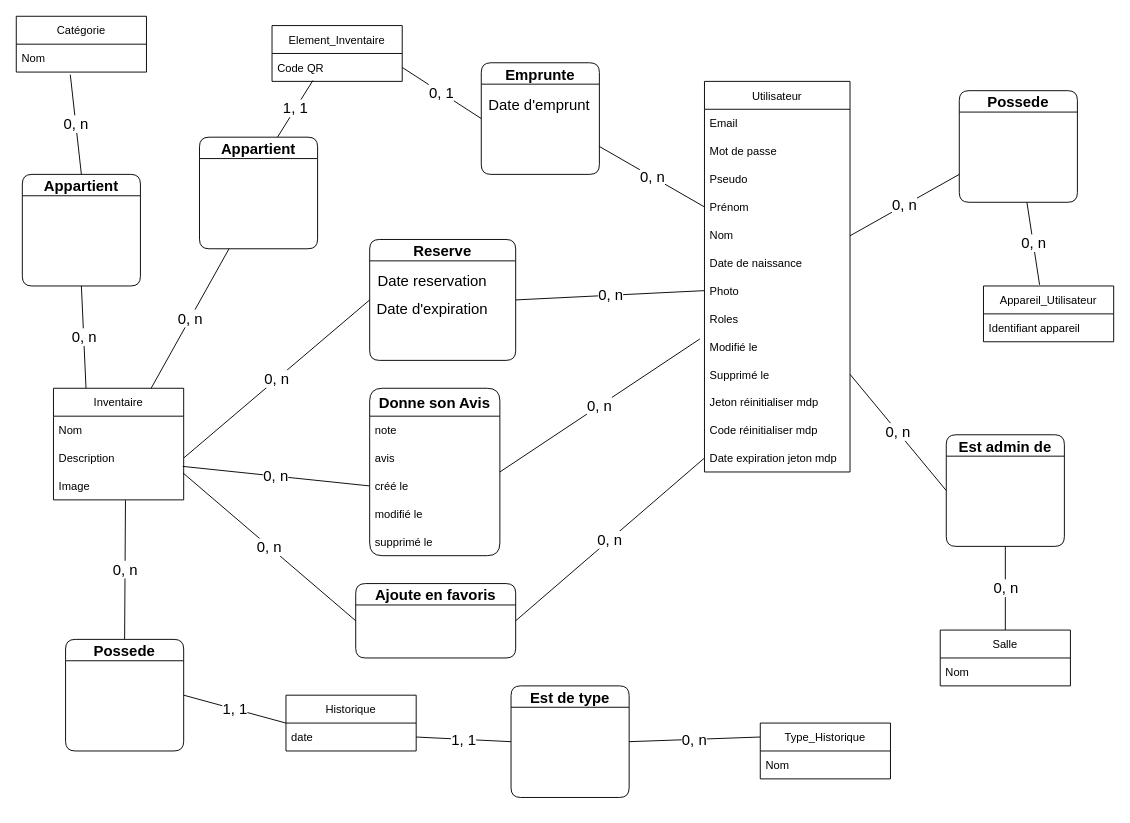
The draw.io diagram MCD_Deepkit.drawio in alexandre-scalisi/DeepkitMCD, before the edit. Source tidied: cells renumbered, new cells numbered last; positions are measured from the earlier drawing's top-left corner, leaving out a move shared by most shapes. Both pictures are drawn from the tidied source at 93%, with x=0, y=0 at pixel (16, 16).
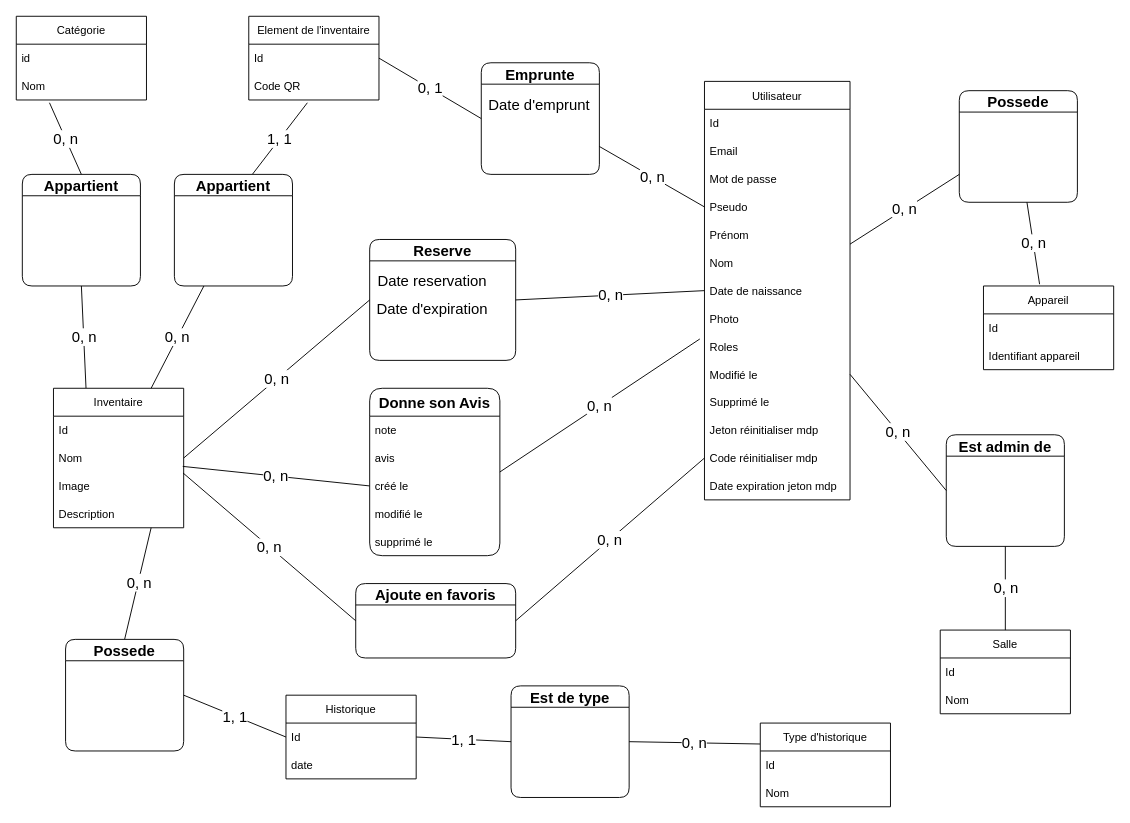
The same page after the edit.

The change refers to these unchanged cells:
```xml
<mxCell id="8" value="Image" style="text;strokeColor=none;fillColor=none;align=left;verticalAlign=middle;spacingLeft=4;spacingRight=4;overflow=hidden;points=[[0,0.5],[1,0.5]];portConstraint=eastwest;" parent="5" vertex="1">
  <mxGeometry y="90" width="140" height="30" as="geometry" />
</mxCell>
<mxCell id="48" value="Appartient" style="swimlane;rounded=1;fontSize=16;startSize=23;" parent="1" vertex="1">
  <mxGeometry x="6.5" y="170" width="127" height="120" as="geometry" />
</mxCell>
<mxCell id="49" value="Possede" style="swimlane;rounded=1;fontSize=16;startSize=23;" parent="1" vertex="1">
  <mxGeometry x="53" y="670" width="127" height="120" as="geometry" />
</mxCell>
```

Diff of the diagram source:
```diff
@@
     <mxCell id="2" value="Catégorie" style="swimlane;fontStyle=0;horizontal=1;startSize=30;" parent="1" vertex="1">
-      <mxGeometry width="140" height="60" as="geometry" />
+      <mxGeometry width="140" height="90" as="geometry" />
     </mxCell>
-    <mxCell id="3" value="Nom" style="text;strokeColor=none;fillColor=none;align=left;verticalAlign=middle;spacingLeft=4;spacingRight=4;overflow=hidden;points=[[0,0.5],[1,0.5]];portConstraint=eastwest;" parent="2" vertex="1">
+    <mxCell id="3" value="id " style="text;strokeColor=none;fillColor=none;align=left;verticalAlign=middle;spacingLeft=4;spacingRight=4;overflow=hidden;points=[[0,0.5],[1,0.5]];portConstraint=eastwest;" parent="2" vertex="1">
       <mxGeometry y="30" width="140" height="30" as="geometry" />
     </mxCell>
+    <mxCell id="71" value="Nom" style="text;strokeColor=none;fillColor=none;align=left;verticalAlign=middle;spacingLeft=4;spacingRight=4;overflow=hidden;points=[[0,0.5],[1,0.5]];portConstraint=eastwest;" parent="2" vertex="1">
+      <mxGeometry y="60" width="140" height="30" as="geometry" />
+    </mxCell>
@@
     <mxCell id="5" value="Inventaire" style="swimlane;fontStyle=0;horizontal=1;startSize=30;" parent="1" vertex="1">
-      <mxGeometry x="40" y="400" width="140" height="120" as="geometry" />
+      <mxGeometry x="40" y="400" width="140" height="150" as="geometry" />
     </mxCell>
-    <mxCell id="6" value="Nom    " style="text;strokeColor=none;fillColor=none;align=left;verticalAlign=middle;spacingLeft=4;spacingRight=4;overflow=hidden;" parent="5" vertex="1">
+    <mxCell id="6" value="Id" style="text;strokeColor=none;fillColor=none;align=left;verticalAlign=middle;spacingLeft=4;spacingRight=4;overflow=hidden;" parent="5" vertex="1">
       <mxGeometry y="30" width="140" height="30" as="geometry" />
     </mxCell>
-    <mxCell id="7" value="Description" style="text;strokeColor=none;fillColor=none;align=left;verticalAlign=middle;spacingLeft=4;spacingRight=4;overflow=hidden;points=[[0,0.5],[1,0.5]];portConstraint=eastwest;" parent="5" vertex="1">
+    <mxCell id="7" value="Nom" style="text;strokeColor=none;fillColor=none;align=left;verticalAlign=middle;spacingLeft=4;spacingRight=4;overflow=hidden;points=[[0,0.5],[1,0.5]];portConstraint=eastwest;" parent="5" vertex="1">
       <mxGeometry y="60" width="140" height="30" as="geometry" />
     </mxCell>
@@
+    <mxCell id="72" value="Description" style="text;strokeColor=none;fillColor=none;align=left;verticalAlign=middle;spacingLeft=4;spacingRight=4;overflow=hidden;" parent="5" vertex="1">
+      <mxGeometry y="120" width="140" height="30" as="geometry" />
+    </mxCell>
@@
     <mxCell id="10" value="Utilisateur" style="swimlane;fontStyle=0;horizontal=1;startSize=30;" parent="1" vertex="1">
-      <mxGeometry x="740" y="70" width="156.5" height="420" as="geometry" />
+      <mxGeometry x="740" y="70" width="156.5" height="450" as="geometry" />
     </mxCell>
-    <mxCell id="11" value="Email    " style="text;strokeColor=none;fillColor=none;align=left;verticalAlign=middle;spacingLeft=4;spacingRight=4;overflow=hidden;" parent="10" vertex="1">
+    <mxCell id="11" value="Id" style="text;strokeColor=none;fillColor=none;align=left;verticalAlign=middle;spacingLeft=4;spacingRight=4;overflow=hidden;" parent="10" vertex="1">
       <mxGeometry y="30" width="156.5" height="30" as="geometry" />
     </mxCell>
-    <mxCell id="12" value="Mot de passe" style="text;strokeColor=none;fillColor=none;align=left;verticalAlign=middle;spacingLeft=4;spacingRight=4;overflow=hidden;" parent="10" vertex="1">
+    <mxCell id="12" value="Email" style="text;strokeColor=none;fillColor=none;align=left;verticalAlign=middle;spacingLeft=4;spacingRight=4;overflow=hidden;" parent="10" vertex="1">
       <mxGeometry y="60" width="156.5" height="30" as="geometry" />
     </mxCell>
-    <mxCell id="13" value="Pseudo    " style="text;strokeColor=none;fillColor=none;align=left;verticalAlign=middle;spacingLeft=4;spacingRight=4;overflow=hidden;" parent="10" vertex="1">
+    <mxCell id="13" value="Mot de passe" style="text;strokeColor=none;fillColor=none;align=left;verticalAlign=middle;spacingLeft=4;spacingRight=4;overflow=hidden;" parent="10" vertex="1">
       <mxGeometry y="90" width="156.5" height="30" as="geometry" />
     </mxCell>
-    <mxCell id="14" value="Prénom        " style="text;strokeColor=none;fillColor=none;align=left;verticalAlign=middle;spacingLeft=4;spacingRight=4;overflow=hidden;points=[[0,0.5],[1,0.5]];portConstraint=eastwest;" parent="10" vertex="1">
+    <mxCell id="14" value="Pseudo" style="text;strokeColor=none;fillColor=none;align=left;verticalAlign=middle;spacingLeft=4;spacingRight=4;overflow=hidden;points=[[0,0.5],[1,0.5]];portConstraint=eastwest;" parent="10" vertex="1">
       <mxGeometry y="120" width="156.5" height="30" as="geometry" />
     </mxCell>
-    <mxCell id="15" value="Nom" style="text;strokeColor=none;fillColor=none;align=left;verticalAlign=middle;spacingLeft=4;spacingRight=4;overflow=hidden;" parent="10" vertex="1">
+    <mxCell id="15" value="Prénom" style="text;strokeColor=none;fillColor=none;align=left;verticalAlign=middle;spacingLeft=4;spacingRight=4;overflow=hidden;" parent="10" vertex="1">
       <mxGeometry y="150" width="156.5" height="30" as="geometry" />
     </mxCell>
-    <mxCell id="16" value="Date de naissance" style="text;strokeColor=none;fillColor=none;align=left;verticalAlign=middle;spacingLeft=4;spacingRight=4;overflow=hidden;" parent="10" vertex="1">
+    <mxCell id="16" value="Nom" style="text;strokeColor=none;fillColor=none;align=left;verticalAlign=middle;spacingLeft=4;spacingRight=4;overflow=hidden;" parent="10" vertex="1">
       <mxGeometry y="180" width="156.5" height="30" as="geometry" />
     </mxCell>
-    <mxCell id="17" value="Photo" style="text;strokeColor=none;fillColor=none;align=left;verticalAlign=middle;spacingLeft=4;spacingRight=4;overflow=hidden;points=[[0,0.5],[1,0.5]];portConstraint=eastwest;" parent="10" vertex="1">
+    <mxCell id="17" value="Date de naissance" style="text;strokeColor=none;fillColor=none;align=left;verticalAlign=middle;spacingLeft=4;spacingRight=4;overflow=hidden;points=[[0,0.5],[1,0.5]];portConstraint=eastwest;" parent="10" vertex="1">
       <mxGeometry y="210" width="156.5" height="30" as="geometry" />
     </mxCell>
-    <mxCell id="18" value="Roles" style="text;strokeColor=none;fillColor=none;align=left;verticalAlign=middle;spacingLeft=4;spacingRight=4;overflow=hidden;" parent="10" vertex="1">
+    <mxCell id="18" value="Photo" style="text;strokeColor=none;fillColor=none;align=left;verticalAlign=middle;spacingLeft=4;spacingRight=4;overflow=hidden;" parent="10" vertex="1">
       <mxGeometry y="240" width="156.5" height="30" as="geometry" />
     </mxCell>
-    <mxCell id="19" value="Modifié le" style="text;strokeColor=none;fillColor=none;align=left;verticalAlign=middle;spacingLeft=4;spacingRight=4;overflow=hidden;points=[[0,0.5],[1,0.5]];portConstraint=eastwest;" parent="10" vertex="1">
+    <mxCell id="19" value="Roles" style="text;strokeColor=none;fillColor=none;align=left;verticalAlign=middle;spacingLeft=4;spacingRight=4;overflow=hidden;points=[[0,0.5],[1,0.5]];portConstraint=eastwest;" parent="10" vertex="1">
       <mxGeometry y="270" width="156.5" height="30" as="geometry" />
     </mxCell>
-    <mxCell id="20" value="Supprimé le" style="text;strokeColor=none;fillColor=none;align=left;verticalAlign=middle;spacingLeft=4;spacingRight=4;overflow=hidden;points=[[0,0.5],[1,0.5]];portConstraint=eastwest;" parent="10" vertex="1">
+    <mxCell id="20" value="Modifié le" style="text;strokeColor=none;fillColor=none;align=left;verticalAlign=middle;spacingLeft=4;spacingRight=4;overflow=hidden;points=[[0,0.5],[1,0.5]];portConstraint=eastwest;" parent="10" vertex="1">
       <mxGeometry y="300" width="156.5" height="30" as="geometry" />
     </mxCell>
-    <mxCell id="21" value="Jeton réinitialiser mdp" style="text;strokeColor=none;fillColor=none;align=left;verticalAlign=middle;spacingLeft=4;spacingRight=4;overflow=hidden;" parent="10" vertex="1">
+    <mxCell id="21" value="Supprimé le" style="text;strokeColor=none;fillColor=none;align=left;verticalAlign=middle;spacingLeft=4;spacingRight=4;overflow=hidden;" parent="10" vertex="1">
       <mxGeometry y="330" width="156.5" height="30" as="geometry" />
     </mxCell>
-    <mxCell id="22" value="Code réinitialiser mdp" style="text;strokeColor=none;fillColor=none;align=left;verticalAlign=middle;spacingLeft=4;spacingRight=4;overflow=hidden;" parent="10" vertex="1">
+    <mxCell id="22" value="Jeton réinitialiser mdp" style="text;strokeColor=none;fillColor=none;align=left;verticalAlign=middle;spacingLeft=4;spacingRight=4;overflow=hidden;" parent="10" vertex="1">
       <mxGeometry y="360" width="156.5" height="30" as="geometry" />
     </mxCell>
-    <mxCell id="23" value="Date expiration jeton mdp" style="text;strokeColor=none;fillColor=none;align=left;verticalAlign=middle;spacingLeft=4;spacingRight=4;overflow=hidden;points=[[0,0.5],[1,0.5]];portConstraint=eastwest;" parent="10" vertex="1">
+    <mxCell id="23" value="Code réinitialiser mdp" style="text;strokeColor=none;fillColor=none;align=left;verticalAlign=middle;spacingLeft=4;spacingRight=4;overflow=hidden;points=[[0,0.5],[1,0.5]];portConstraint=eastwest;" parent="10" vertex="1">
       <mxGeometry y="390" width="156.5" height="30" as="geometry" />
     </mxCell>
+    <mxCell id="73" value="Date expiration jeton mdp" style="text;strokeColor=none;fillColor=none;align=left;verticalAlign=middle;spacingLeft=4;spacingRight=4;overflow=hidden;" parent="10" vertex="1">
+      <mxGeometry y="420" width="156.5" height="30" as="geometry" />
+    </mxCell>
@@
-    <mxCell id="25" value="Type_Historique" style="swimlane;fontStyle=0;horizontal=1;startSize=30;" parent="1" vertex="1">
-      <mxGeometry x="800" y="760" width="140" height="60" as="geometry" />
+    <mxCell id="25" value="Type d'historique" style="swimlane;fontStyle=0;horizontal=1;startSize=30;" parent="1" vertex="1">
+      <mxGeometry x="800" y="760" width="140" height="90" as="geometry" />
     </mxCell>
-    <mxCell id="26" value="Nom" style="text;strokeColor=none;fillColor=none;align=left;verticalAlign=middle;spacingLeft=4;spacingRight=4;overflow=hidden;" parent="25" vertex="1">
+    <mxCell id="26" value="Id" style="text;strokeColor=none;fillColor=none;align=left;verticalAlign=middle;spacingLeft=4;spacingRight=4;overflow=hidden;" parent="25" vertex="1">
       <mxGeometry y="30" width="140" height="30" as="geometry" />
     </mxCell>
+    <mxCell id="74" value="Nom" style="text;strokeColor=none;fillColor=none;align=left;verticalAlign=middle;spacingLeft=4;spacingRight=4;overflow=hidden;" parent="25" vertex="1">
+      <mxGeometry y="60" width="140" height="30" as="geometry" />
+    </mxCell>
@@
     <mxCell id="28" value="Historique" style="swimlane;fontStyle=0;horizontal=1;startSize=30;" parent="1" vertex="1">
-      <mxGeometry x="290" y="730" width="140" height="60" as="geometry" />
+      <mxGeometry x="290" y="730" width="140" height="90" as="geometry" />
     </mxCell>
-    <mxCell id="29" value="date    " style="text;strokeColor=none;fillColor=none;align=left;verticalAlign=middle;spacingLeft=4;spacingRight=4;overflow=hidden;points=[[0,0.5],[1,0.5]];portConstraint=eastwest;" parent="28" vertex="1">
+    <mxCell id="29" value="Id" style="text;strokeColor=none;fillColor=none;align=left;verticalAlign=middle;spacingLeft=4;spacingRight=4;overflow=hidden;points=[[0,0.5],[1,0.5]];portConstraint=eastwest;" parent="28" vertex="1">
       <mxGeometry y="30" width="140" height="30" as="geometry" />
     </mxCell>
+    <mxCell id="75" value="date    " style="text;strokeColor=none;fillColor=none;align=left;verticalAlign=middle;spacingLeft=4;spacingRight=4;overflow=hidden;" parent="28" vertex="1">
+      <mxGeometry y="60" width="140" height="30" as="geometry" />
+    </mxCell>
-    <mxCell id="30" value="Element_Inventaire" style="swimlane;fontStyle=0;horizontal=1;startSize=30;" parent="1" vertex="1">
-      <mxGeometry x="275" y="10" width="140" height="60" as="geometry" />
+    <mxCell id="30" value="Element de l'inventaire" style="swimlane;fontStyle=0;horizontal=1;startSize=30;" parent="1" vertex="1">
+      <mxGeometry x="250" width="140" height="90" as="geometry" />
     </mxCell>
-    <mxCell id="31" value="Code QR" style="text;strokeColor=none;fillColor=none;align=left;verticalAlign=middle;spacingLeft=4;spacingRight=4;overflow=hidden;points=[[0,0.5],[1,0.5]];portConstraint=eastwest;" parent="30" vertex="1">
+    <mxCell id="31" value="Id" style="text;strokeColor=none;fillColor=none;align=left;verticalAlign=middle;spacingLeft=4;spacingRight=4;overflow=hidden;points=[[0,0.5],[1,0.5]];portConstraint=eastwest;" parent="30" vertex="1">
       <mxGeometry y="30" width="140" height="30" as="geometry" />
     </mxCell>
+    <mxCell id="76" value="Code QR" style="text;strokeColor=none;fillColor=none;align=left;verticalAlign=middle;spacingLeft=4;spacingRight=4;overflow=hidden;points=[[0,0.5],[1,0.5]];portConstraint=eastwest;" parent="30" vertex="1">
+      <mxGeometry y="60" width="140" height="30" as="geometry" />
+    </mxCell>
     <mxCell id="32" value="Salle" style="swimlane;fontStyle=0;horizontal=1;startSize=30;" parent="1" vertex="1">
-      <mxGeometry x="993.5" y="660" width="140" height="60" as="geometry" />
+      <mxGeometry x="993.5" y="660" width="140" height="90" as="geometry" />
     </mxCell>
-    <mxCell id="33" value="Nom" style="text;strokeColor=none;fillColor=none;align=left;verticalAlign=middle;spacingLeft=4;spacingRight=4;overflow=hidden;" parent="32" vertex="1">
+    <mxCell id="33" value="Id" style="text;strokeColor=none;fillColor=none;align=left;verticalAlign=middle;spacingLeft=4;spacingRight=4;overflow=hidden;" parent="32" vertex="1">
       <mxGeometry y="30" width="140" height="30" as="geometry" />
     </mxCell>
+    <mxCell id="77" value="Nom" style="text;strokeColor=none;fillColor=none;align=left;verticalAlign=middle;spacingLeft=4;spacingRight=4;overflow=hidden;" parent="32" vertex="1">
+      <mxGeometry y="60" width="140" height="30" as="geometry" />
+    </mxCell>
-    <mxCell id="34" value="Appareil_Utilisateur" style="swimlane;fontStyle=0;horizontal=1;startSize=30;" parent="1" vertex="1">
-      <mxGeometry x="1040" y="290" width="140" height="60" as="geometry" />
+    <mxCell id="34" value="Appareil" style="swimlane;fontStyle=0;horizontal=1;startSize=30;" parent="1" vertex="1">
+      <mxGeometry x="1040" y="290" width="140" height="90" as="geometry" />
     </mxCell>
-    <mxCell id="35" value="Identifiant appareil" style="text;strokeColor=none;fillColor=none;align=left;verticalAlign=middle;spacingLeft=4;spacingRight=4;overflow=hidden;" parent="34" vertex="1">
+    <mxCell id="35" value="Id" style="text;strokeColor=none;fillColor=none;align=left;verticalAlign=middle;spacingLeft=4;spacingRight=4;overflow=hidden;" parent="34" vertex="1">
       <mxGeometry y="30" width="140" height="30" as="geometry" />
     </mxCell>
+    <mxCell id="78" value="Identifiant appareil" style="text;strokeColor=none;fillColor=none;align=left;verticalAlign=middle;spacingLeft=4;spacingRight=4;overflow=hidden;" parent="34" vertex="1">
+      <mxGeometry y="60" width="140" height="30" as="geometry" />
+    </mxCell>
@@
-    <mxCell id="38" value="1, 1" style="edgeStyle=none;rounded=0;jettySize=auto;html=1;entryX=0.314;entryY=0.967;entryDx=0;entryDy=0;entryPerimeter=0;fontSize=16;endArrow=none;endFill=0;exitX=0.661;exitY=-0.001;exitDx=0;exitDy=0;exitPerimeter=0;" parent="1" edge="1" source="56" target="31">
+    <mxCell id="38" value="1, 1" style="edgeStyle=none;rounded=0;jettySize=auto;html=1;entryX=0.45;entryY=1.1;entryDx=0;entryDy=0;entryPerimeter=0;fontSize=16;endArrow=none;endFill=0;exitX=0.661;exitY=-0.001;exitDx=0;exitDy=0;exitPerimeter=0;" parent="1" edge="1" source="56" target="76">
       <mxGeometry relative="1" as="geometry" />
     </mxCell>
@@
-    <mxCell id="41" value="0, n" style="edgeStyle=none;rounded=0;jettySize=auto;html=1;entryX=0.415;entryY=1.094;entryDx=0;entryDy=0;entryPerimeter=0;fontSize=16;endArrow=none;endFill=0;exitX=0.5;exitY=0;exitDx=0;exitDy=0;" parent="1" edge="1" source="48" target="3">
+    <mxCell id="41" value="0, n" style="edgeStyle=none;rounded=0;jettySize=auto;html=1;fontSize=16;endArrow=none;endFill=0;exitX=0.5;exitY=0;exitDx=0;exitDy=0;entryX=0.255;entryY=1.1;entryDx=0;entryDy=0;entryPerimeter=0;" parent="1" edge="1" source="48" target="71">
       <mxGeometry relative="1" as="geometry" />
     </mxCell>
-    <mxCell id="42" style="edgeStyle=none;rounded=0;jettySize=auto;html=1;entryX=0.553;entryY=1.014;entryDx=0;entryDy=0;entryPerimeter=0;fontSize=16;endArrow=none;endFill=0;exitX=0.5;exitY=0;exitDx=0;exitDy=0;" parent="1" edge="1" source="49" target="8">
+    <mxCell id="42" style="edgeStyle=none;rounded=0;jettySize=auto;html=1;entryX=0.75;entryY=1;entryDx=0;entryDy=0;fontSize=16;endArrow=none;endFill=0;exitX=0.5;exitY=0;exitDx=0;exitDy=0;" parent="1" edge="1" source="49" target="5">
       <mxGeometry relative="1" as="geometry" />
     </mxCell>
@@
     <mxCell id="56" value="Appartient" style="swimlane;rounded=1;fontSize=16;startSize=23;" parent="1" vertex="1">
-      <mxGeometry x="197" y="130" width="127" height="120" as="geometry" />
+      <mxGeometry x="170" y="170" width="127" height="120" as="geometry" />
     </mxCell>
```
